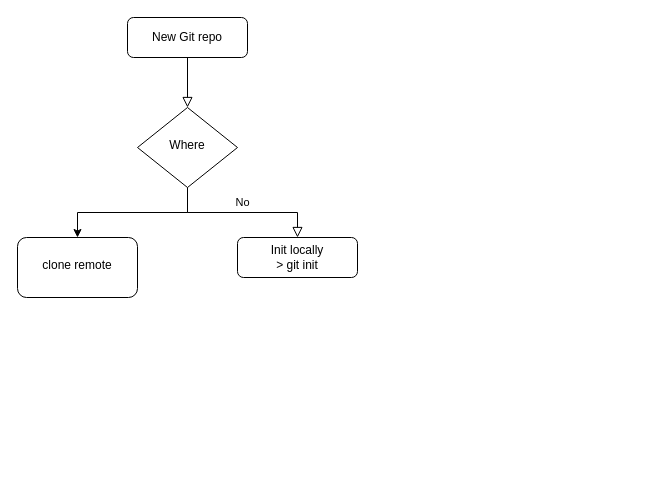
Before: Untitled Diagram.drawio in pyzun/test-rtd, a draw.io diagram. Source tidied: cells renumbered, new cells numbered last; positions are measured from the earlier drawing's top-left corner, leaving out a move shared by most shapes. Both pictures are drawn from the tidied source at 100%, with x=0, y=0 at pixel (17, 17).
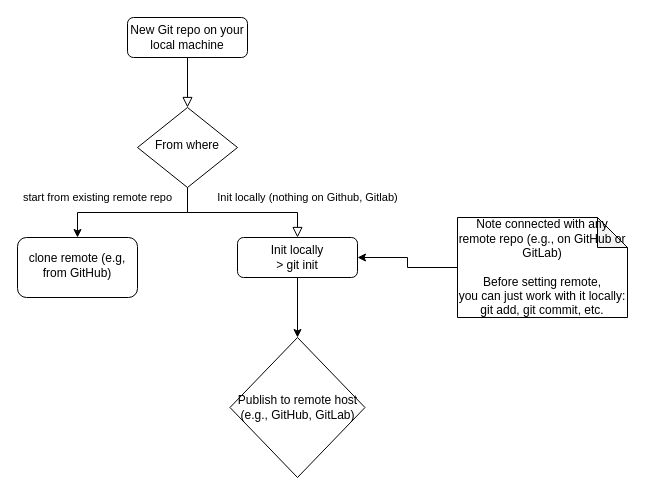
The same diagram, later.

The edit, as a diff of the source:
```diff
@@
 <mxGraphModel>
   <root>
     <mxCell id="0" />
     <mxCell id="1" parent="0" />
     <mxCell id="2" style="rounded=0;html=1;jettySize=auto;fontSize=11;endArrow=block;endFill=0;endSize=8;strokeWidth=1;shadow=0;labelBackgroundColor=none;edgeStyle=orthogonalEdgeStyle;" parent="1" edge="1" source="3" target="6">
       <mxGeometry relative="1" as="geometry" />
     </mxCell>
-    <mxCell id="3" value="New Git repo" style="rounded=1;whiteSpace=wrap;html=1;fontSize=12;glass=0;strokeWidth=1;shadow=0;" parent="1" vertex="1">
+    <mxCell id="3" value="New Git repo on your local machine" style="rounded=1;whiteSpace=wrap;html=1;fontSize=12;glass=0;strokeWidth=1;shadow=0;" parent="1" vertex="1">
       <mxGeometry x="110" width="120" height="40" as="geometry" />
     </mxCell>
-    <mxCell id="4" value="No" style="edgeStyle=orthogonalEdgeStyle;rounded=0;html=1;jettySize=auto;fontSize=11;endArrow=block;endFill=0;endSize=8;strokeWidth=1;shadow=0;labelBackgroundColor=none;" parent="1" edge="1" source="6" target="7">
-      <mxGeometry y="10" relative="1" as="geometry" />
+    <mxCell id="4" value="Init locally (nothing on Github, Gitlab)" style="edgeStyle=orthogonalEdgeStyle;rounded=0;html=1;jettySize=auto;fontSize=11;endArrow=block;endFill=0;endSize=8;strokeWidth=1;shadow=0;labelBackgroundColor=none;" parent="1" edge="1" source="6" target="7">
+      <mxGeometry x="0.69" y="18" relative="1" as="geometry">
+        <mxPoint x="-8" y="-15" as="offset" />
+      </mxGeometry>
     </mxCell>
-    <mxCell id="5" style="edgeStyle=orthogonalEdgeStyle;rounded=0;jettySize=auto;html=1;" parent="1" edge="1" source="6" target="8">
-      <mxGeometry relative="1" as="geometry" />
+    <mxCell id="5" value="start from existing remote repo" style="edgeStyle=orthogonalEdgeStyle;rounded=0;jettySize=auto;html=1;" parent="1" edge="1" source="6" target="8">
+      <mxGeometry x="0.44" y="-15" relative="1" as="geometry" />
     </mxCell>
-    <mxCell id="6" value="Where" style="rhombus;whiteSpace=wrap;html=1;shadow=0;fontFamily=Helvetica;fontSize=12;align=center;strokeWidth=1;spacing=6;spacingTop=-4;" parent="1" vertex="1">
+    <mxCell id="6" value="From where" style="rhombus;whiteSpace=wrap;html=1;shadow=0;fontFamily=Helvetica;fontSize=12;align=center;strokeWidth=1;spacing=6;spacingTop=-4;" parent="1" vertex="1">
       <mxGeometry x="120" y="90" width="100" height="80" as="geometry" />
     </mxCell>
+    <mxCell id="9" style="edgeStyle=orthogonalEdgeStyle;rounded=0;jettySize=auto;html=1;" parent="1" edge="1" source="7" target="12">
+      <mxGeometry relative="1" as="geometry" />
+    </mxCell>
     <mxCell id="7" value="Init locally&lt;br&gt;&amp;gt; git init" style="rounded=1;whiteSpace=wrap;html=1;fontSize=12;glass=0;strokeWidth=1;shadow=0;" parent="1" vertex="1">
       <mxGeometry x="220" y="220" width="120" height="40" as="geometry" />
     </mxCell>
-    <mxCell id="8" value="clone remote" style="rounded=1;whiteSpace=wrap;html=1;shadow=0;strokeWidth=1;spacing=6;spacingTop=-4;" parent="1" vertex="1">
+    <mxCell id="8" value="clone remote (e.g, from GitHub)" style="rounded=1;whiteSpace=wrap;html=1;shadow=0;strokeWidth=1;spacing=6;spacingTop=-4;" parent="1" vertex="1">
       <mxGeometry y="220" width="120" height="60" as="geometry" />
     </mxCell>
+    <mxCell id="10" style="edgeStyle=orthogonalEdgeStyle;rounded=0;jettySize=auto;html=1;" parent="1" edge="1" source="11" target="7">
+      <mxGeometry relative="1" as="geometry" />
+    </mxCell>
+    <mxCell id="11" value="Note connected with any remote repo (e.g., on GitHub or GitLab)&lt;br&gt;&lt;br&gt;Before setting remote,&lt;br&gt;you can just work with it locally: git add, git commit, etc." style="shape=note;whiteSpace=wrap;html=1;backgroundOutline=1;darkOpacity=0.05;" parent="1" vertex="1">
+      <mxGeometry x="440" y="200" width="170" height="100" as="geometry" />
+    </mxCell>
+    <mxCell id="12" value="Publish to remote host (e.g., GitHub, GitLab)&lt;br&gt;" style="rhombus;whiteSpace=wrap;html=1;" parent="1" vertex="1">
+      <mxGeometry x="212.5" y="320" width="135" height="140" as="geometry" />
+    </mxCell>
   </root>
 </mxGraphModel>
```
